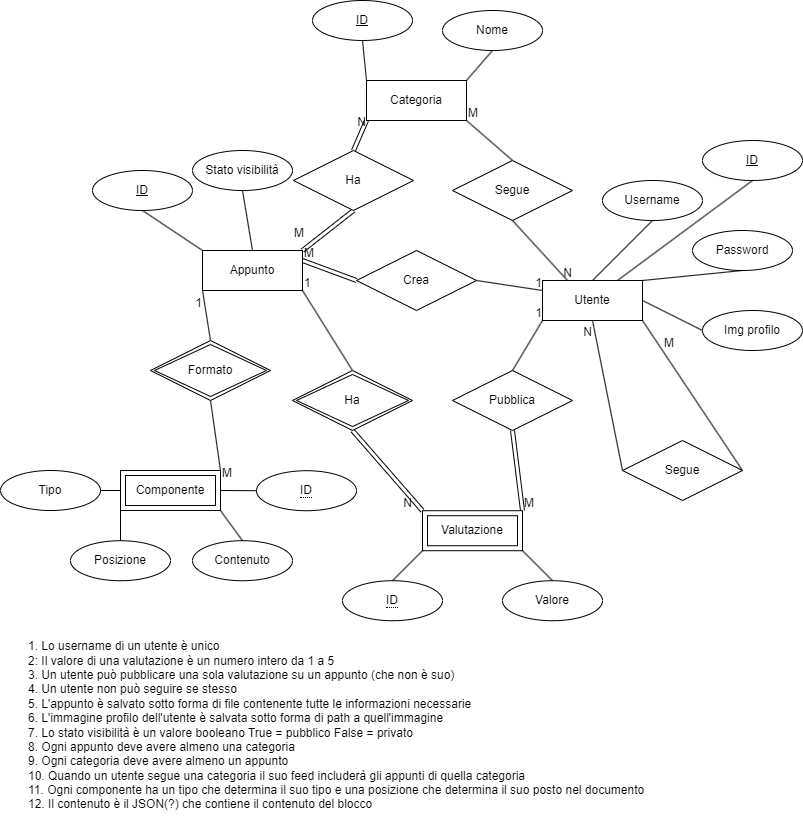
The draw.io diagram public/UML/ER.png in Codex22Paradox/YANSA-Project, before a commit. Source tidied: cells renumbered, new cells last; positions are measured from the earlier drawing's top-left corner, leaving out a move shared by most shapes. Its diagram source:
```xml
<mxGraphModel>
  <root>
    <mxCell id="0" />
    <mxCell id="1" parent="0" />
    <mxCell id="2" value="Appunto" style="whiteSpace=wrap;html=1;align=center;" parent="1" vertex="1">
      <mxGeometry x="202" y="250" width="100" height="40" as="geometry" />
    </mxCell>
    <mxCell id="3" value="ID" style="ellipse;whiteSpace=wrap;html=1;align=center;fontStyle=4;" parent="1" vertex="1">
      <mxGeometry x="92" y="170" width="100" height="40" as="geometry" />
    </mxCell>
    <mxCell id="4" style="endArrow=none;html=1;rounded=0;exitX=0.5;exitY=1;exitDx=0;exitDy=0;entryX=0;entryY=0;entryDx=0;entryDy=0;" parent="1" edge="1" source="3" target="2">
      <mxGeometry relative="1" as="geometry" />
    </mxCell>
    <mxCell id="5" value="Utente" style="whiteSpace=wrap;html=1;align=center;" parent="1" vertex="1">
      <mxGeometry x="542" y="280" width="100" height="40" as="geometry" />
    </mxCell>
    <mxCell id="6" value="ID" style="ellipse;whiteSpace=wrap;html=1;align=center;fontStyle=4;" parent="1" vertex="1">
      <mxGeometry x="702" y="140" width="100" height="40" as="geometry" />
    </mxCell>
    <mxCell id="7" style="endArrow=none;html=1;rounded=0;exitX=0.5;exitY=1;exitDx=0;exitDy=0;entryX=0.75;entryY=0;entryDx=0;entryDy=0;" parent="1" edge="1" source="6" target="5">
      <mxGeometry relative="1" as="geometry" />
    </mxCell>
    <mxCell id="8" value="Username" style="ellipse;whiteSpace=wrap;html=1;align=center;" parent="1" vertex="1">
      <mxGeometry x="602" y="180" width="100" height="40" as="geometry" />
    </mxCell>
    <mxCell id="9" style="endArrow=none;html=1;rounded=0;exitX=0.5;exitY=1;exitDx=0;exitDy=0;entryX=0.5;entryY=0;entryDx=0;entryDy=0;" parent="1" edge="1" source="8" target="5">
      <mxGeometry relative="1" as="geometry" />
    </mxCell>
    <mxCell id="10" value="Password" style="ellipse;whiteSpace=wrap;html=1;align=center;" parent="1" vertex="1">
      <mxGeometry x="692" y="230" width="100" height="40" as="geometry" />
    </mxCell>
    <mxCell id="11" style="endArrow=none;html=1;rounded=0;exitX=1;exitY=0;exitDx=0;exitDy=0;entryX=0.5;entryY=1;entryDx=0;entryDy=0;" parent="1" edge="1" source="5" target="10">
      <mxGeometry relative="1" as="geometry" />
    </mxCell>
    <mxCell id="12" style="endArrow=none;html=1;rounded=0;exitX=1;exitY=0.5;exitDx=0;exitDy=0;entryX=0;entryY=0.5;entryDx=0;entryDy=0;" parent="1" edge="1" source="5" target="13">
      <mxGeometry relative="1" as="geometry" />
    </mxCell>
    <mxCell id="13" value="Img profilo" style="ellipse;whiteSpace=wrap;html=1;align=center;" parent="1" vertex="1">
      <mxGeometry x="702" y="310" width="100" height="40" as="geometry" />
    </mxCell>
    <mxCell id="14" value="Valutazione" style="shape=ext;margin=3;double=1;whiteSpace=wrap;html=1;align=center;" parent="1" vertex="1">
      <mxGeometry x="422" y="510.2" width="100" height="40" as="geometry" />
    </mxCell>
    <mxCell id="15" value="&lt;span style=&quot;border-bottom: 1px dotted&quot;&gt;ID&lt;/span&gt;" style="ellipse;whiteSpace=wrap;html=1;align=center;" parent="1" vertex="1">
      <mxGeometry x="342" y="580.2" width="100" height="40" as="geometry" />
    </mxCell>
    <mxCell id="16" style="endArrow=none;html=1;rounded=0;exitX=0;exitY=1;exitDx=0;exitDy=0;entryX=0.5;entryY=0;entryDx=0;entryDy=0;" parent="1" edge="1" source="14" target="15">
      <mxGeometry relative="1" as="geometry" />
    </mxCell>
    <mxCell id="17" value="Valore" style="ellipse;whiteSpace=wrap;html=1;align=center;" parent="1" vertex="1">
      <mxGeometry x="502" y="580.2" width="100" height="40" as="geometry" />
    </mxCell>
    <mxCell id="18" style="endArrow=none;html=1;rounded=0;exitX=1;exitY=1;exitDx=0;exitDy=0;entryX=0.5;entryY=0;entryDx=0;entryDy=0;" parent="1" edge="1" source="14" target="17">
      <mxGeometry relative="1" as="geometry" />
    </mxCell>
    <mxCell id="19" style="endArrow=none;html=1;rounded=0;exitX=0.5;exitY=1;exitDx=0;exitDy=0;entryX=0;entryY=0;entryDx=0;entryDy=0;shape=link;" parent="1" edge="1" source="23" target="14">
      <mxGeometry relative="1" as="geometry" />
    </mxCell>
    <mxCell id="20" value="N" style="html=1;whiteSpace=wrap;align=right;verticalAlign=bottom;" parent="19" vertex="1">
      <mxGeometry x="1" relative="1" as="geometry">
        <mxPoint x="-10" as="offset" />
      </mxGeometry>
    </mxCell>
    <mxCell id="21" style="endArrow=none;html=1;rounded=0;exitX=1;exitY=1;exitDx=0;exitDy=0;entryX=0.5;entryY=0;entryDx=0;entryDy=0;" parent="1" edge="1" source="2" target="23">
      <mxGeometry relative="1" as="geometry" />
    </mxCell>
    <mxCell id="22" value="1" style="html=1;whiteSpace=wrap;align=left;verticalAlign=bottom;" parent="21" vertex="1">
      <mxGeometry x="-1" relative="1" as="geometry" />
    </mxCell>
    <mxCell id="23" value="Ha" style="shape=rhombus;double=1;perimeter=rhombusPerimeter;whiteSpace=wrap;html=1;align=center;" parent="1" vertex="1">
      <mxGeometry x="292" y="370" width="120" height="60" as="geometry" />
    </mxCell>
    <mxCell id="24" style="endArrow=none;html=1;rounded=0;exitX=1;exitY=0.5;exitDx=0;exitDy=0;entryX=0;entryY=0.25;entryDx=0;entryDy=0;" parent="1" edge="1" source="28" target="5">
      <mxGeometry relative="1" as="geometry" />
    </mxCell>
    <mxCell id="25" value="1" style="html=1;whiteSpace=wrap;align=right;verticalAlign=bottom;" parent="24" vertex="1">
      <mxGeometry x="1" relative="1" as="geometry" />
    </mxCell>
    <mxCell id="26" style="endArrow=none;html=1;rounded=0;exitX=1;exitY=0.25;exitDx=0;exitDy=0;entryX=0;entryY=0.5;entryDx=0;entryDy=0;shape=link;" parent="1" edge="1" source="2" target="28">
      <mxGeometry relative="1" as="geometry" />
    </mxCell>
    <mxCell id="27" value="M" style="html=1;whiteSpace=wrap;align=left;verticalAlign=bottom;" parent="26" vertex="1">
      <mxGeometry x="-1" relative="1" as="geometry" />
    </mxCell>
    <mxCell id="28" value="Crea" style="shape=rhombus;perimeter=rhombusPerimeter;whiteSpace=wrap;html=1;align=center;" parent="1" vertex="1">
      <mxGeometry x="356" y="250" width="120" height="60" as="geometry" />
    </mxCell>
    <mxCell id="29" style="endArrow=none;html=1;rounded=0;exitX=0.5;exitY=0;exitDx=0;exitDy=0;entryX=0;entryY=1;entryDx=0;entryDy=0;" parent="1" edge="1" source="33" target="5">
      <mxGeometry relative="1" as="geometry" />
    </mxCell>
    <mxCell id="30" value="1" style="html=1;whiteSpace=wrap;align=right;verticalAlign=bottom;" parent="29" vertex="1">
      <mxGeometry x="1" relative="1" as="geometry" />
    </mxCell>
    <mxCell id="31" style="endArrow=none;html=1;rounded=0;exitX=1;exitY=0;exitDx=0;exitDy=0;entryX=0.5;entryY=1;entryDx=0;entryDy=0;shape=link;" parent="1" edge="1" source="14" target="33">
      <mxGeometry relative="1" as="geometry" />
    </mxCell>
    <mxCell id="32" value="M" style="html=1;whiteSpace=wrap;align=left;verticalAlign=bottom;" parent="31" vertex="1">
      <mxGeometry x="-1" relative="1" as="geometry" />
    </mxCell>
    <mxCell id="33" value="Pubblica" style="shape=rhombus;perimeter=rhombusPerimeter;whiteSpace=wrap;html=1;align=center;" parent="1" vertex="1">
      <mxGeometry x="452" y="370" width="120" height="60" as="geometry" />
    </mxCell>
    <mxCell id="34" value="1. Lo username di un utente è unico&lt;div&gt;2: Il valore di una valutazione è un numero intero da 1 a 5&lt;/div&gt;&lt;div&gt;3. Un utente può pubblicare una sola valutazione su un appunto (che non è suo)&lt;/div&gt;&lt;div&gt;4. Un utente non può seguire se stesso&lt;/div&gt;&lt;div&gt;5. L'appunto è salvato sotto forma di file contenente tutte le informazioni necessarie&lt;/div&gt;&lt;div&gt;6. L'immagine profilo dell'utente è salvata sotto forma di path a quell'immagine&lt;/div&gt;&lt;div&gt;7. Lo stato visibilità è un valore booleano True = pubblico False = privato&lt;/div&gt;&lt;div&gt;8. Ogni appunto deve avere almeno una categoria&lt;/div&gt;&lt;div&gt;9. Ogni categoria deve avere almeno un appunto&lt;/div&gt;&lt;div&gt;10. Quando un utente segue una categoria il suo feed includerà gli appunti di quella categoria&lt;/div&gt;&lt;div&gt;11. Ogni componente ha un tipo che determina il suo tipo e una posizione che determina il suo posto nel documento&lt;/div&gt;&lt;div&gt;12. Il contenuto è il JSON(?) che contiene il contenuto del blocco&lt;/div&gt;" style="text;html=1;align=left;verticalAlign=middle;strokeColor=none;fillColor=none;" parent="1" vertex="1">
      <mxGeometry x="26" y="630" width="640" height="190" as="geometry" />
    </mxCell>
    <mxCell id="35" style="endArrow=none;html=1;rounded=0;exitX=0;exitY=0.5;exitDx=0;exitDy=0;entryX=0.5;entryY=1;entryDx=0;entryDy=0;" parent="1" edge="1" source="39" target="5">
      <mxGeometry relative="1" as="geometry" />
    </mxCell>
    <mxCell id="36" value="N" style="html=1;whiteSpace=wrap;align=right;verticalAlign=bottom;" parent="35" vertex="1">
      <mxGeometry x="1" relative="1" as="geometry">
        <mxPoint y="20" as="offset" />
      </mxGeometry>
    </mxCell>
    <mxCell id="37" style="endArrow=none;html=1;rounded=0;exitX=1;exitY=1;exitDx=0;exitDy=0;entryX=1;entryY=0.5;entryDx=0;entryDy=0;" parent="1" edge="1" source="5" target="39">
      <mxGeometry relative="1" as="geometry" />
    </mxCell>
    <mxCell id="38" value="M" style="html=1;whiteSpace=wrap;align=left;verticalAlign=bottom;" parent="37" vertex="1">
      <mxGeometry x="-1" relative="1" as="geometry">
        <mxPoint x="20" y="30" as="offset" />
      </mxGeometry>
    </mxCell>
    <mxCell id="39" value="Segue" style="shape=rhombus;perimeter=rhombusPerimeter;whiteSpace=wrap;html=1;align=center;" parent="1" vertex="1">
      <mxGeometry x="622" y="440" width="120" height="60" as="geometry" />
    </mxCell>
    <mxCell id="40" value="Stato visibilità" style="ellipse;whiteSpace=wrap;html=1;align=center;" parent="1" vertex="1">
      <mxGeometry x="192" y="150" width="100" height="40" as="geometry" />
    </mxCell>
    <mxCell id="41" style="endArrow=none;html=1;rounded=0;exitX=0.5;exitY=1;exitDx=0;exitDy=0;entryX=0.5;entryY=0;entryDx=0;entryDy=0;" parent="1" edge="1" source="40" target="2">
      <mxGeometry relative="1" as="geometry" />
    </mxCell>
    <mxCell id="42" value="Categoria" style="whiteSpace=wrap;html=1;align=center;" parent="1" vertex="1">
      <mxGeometry x="366" y="80" width="100" height="40" as="geometry" />
    </mxCell>
    <mxCell id="43" value="ID" style="ellipse;whiteSpace=wrap;html=1;align=center;fontStyle=4;" parent="1" vertex="1">
      <mxGeometry x="312" width="100" height="40" as="geometry" />
    </mxCell>
    <mxCell id="44" style="endArrow=none;html=1;rounded=0;exitX=0.5;exitY=1;exitDx=0;exitDy=0;entryX=0;entryY=0;entryDx=0;entryDy=0;" parent="1" edge="1" source="43" target="42">
      <mxGeometry relative="1" as="geometry" />
    </mxCell>
    <mxCell id="45" value="Nome" style="ellipse;whiteSpace=wrap;html=1;align=center;" parent="1" vertex="1">
      <mxGeometry x="442" y="10" width="100" height="40" as="geometry" />
    </mxCell>
    <mxCell id="46" style="endArrow=none;html=1;rounded=0;exitX=1;exitY=0;exitDx=0;exitDy=0;entryX=0.5;entryY=1;entryDx=0;entryDy=0;" parent="1" edge="1" source="42" target="45">
      <mxGeometry relative="1" as="geometry" />
    </mxCell>
    <mxCell id="47" style="endArrow=none;html=1;rounded=0;exitX=0.5;exitY=0;exitDx=0;exitDy=0;entryX=0;entryY=1;entryDx=0;entryDy=0;shape=link;" parent="1" edge="1" source="51" target="42">
      <mxGeometry relative="1" as="geometry" />
    </mxCell>
    <mxCell id="48" value="N" style="html=1;whiteSpace=wrap;align=right;verticalAlign=bottom;" parent="47" vertex="1">
      <mxGeometry x="1" relative="1" as="geometry">
        <mxPoint y="10" as="offset" />
      </mxGeometry>
    </mxCell>
    <mxCell id="49" style="endArrow=none;html=1;rounded=0;exitX=1;exitY=0;exitDx=0;exitDy=0;entryX=0.5;entryY=1;entryDx=0;entryDy=0;shape=link;" parent="1" edge="1" source="2" target="51">
      <mxGeometry relative="1" as="geometry" />
    </mxCell>
    <mxCell id="50" value="M" style="html=1;whiteSpace=wrap;align=left;verticalAlign=bottom;" parent="49" vertex="1">
      <mxGeometry x="-1" relative="1" as="geometry">
        <mxPoint x="-10" y="-10" as="offset" />
      </mxGeometry>
    </mxCell>
    <mxCell id="51" value="Ha" style="shape=rhombus;perimeter=rhombusPerimeter;whiteSpace=wrap;html=1;align=center;" parent="1" vertex="1">
      <mxGeometry x="293" y="150" width="120" height="60" as="geometry" />
    </mxCell>
    <mxCell id="52" style="endArrow=none;html=1;rounded=0;exitX=0.5;exitY=1;exitDx=0;exitDy=0;entryX=0.25;entryY=0;entryDx=0;entryDy=0;" parent="1" edge="1" source="56" target="5">
      <mxGeometry relative="1" as="geometry" />
    </mxCell>
    <mxCell id="53" value="N" style="html=1;whiteSpace=wrap;align=right;verticalAlign=bottom;" parent="52" vertex="1">
      <mxGeometry x="1" relative="1" as="geometry">
        <mxPoint x="5" as="offset" />
      </mxGeometry>
    </mxCell>
    <mxCell id="54" style="endArrow=none;html=1;rounded=0;exitX=1;exitY=1;exitDx=0;exitDy=0;entryX=0.5;entryY=0;entryDx=0;entryDy=0;" parent="1" edge="1" source="42" target="56">
      <mxGeometry relative="1" as="geometry" />
    </mxCell>
    <mxCell id="55" value="M" style="html=1;whiteSpace=wrap;align=left;verticalAlign=bottom;" parent="54" vertex="1">
      <mxGeometry x="-1" relative="1" as="geometry" />
    </mxCell>
    <mxCell id="56" value="Segue" style="shape=rhombus;perimeter=rhombusPerimeter;whiteSpace=wrap;html=1;align=center;" parent="1" vertex="1">
      <mxGeometry x="452" y="160" width="120" height="60" as="geometry" />
    </mxCell>
    <mxCell id="57" value="Componente" style="shape=ext;margin=3;double=1;whiteSpace=wrap;html=1;align=center;" parent="1" vertex="1">
      <mxGeometry x="120" y="470" width="100" height="40" as="geometry" />
    </mxCell>
    <mxCell id="58" value="&lt;span style=&quot;border-bottom: 1px dotted&quot;&gt;ID&lt;/span&gt;" style="ellipse;whiteSpace=wrap;html=1;align=center;" parent="1" vertex="1">
      <mxGeometry x="256" y="470.2" width="100" height="40" as="geometry" />
    </mxCell>
    <mxCell id="59" style="endArrow=none;html=1;rounded=0;exitX=0;exitY=0.5;exitDx=0;exitDy=0;entryX=1;entryY=0.5;entryDx=0;entryDy=0;" parent="1" edge="1" source="58" target="57">
      <mxGeometry relative="1" as="geometry" />
    </mxCell>
    <mxCell id="60" value="Tipo" style="ellipse;whiteSpace=wrap;html=1;align=center;" parent="1" vertex="1">
      <mxGeometry y="470" width="100" height="40" as="geometry" />
    </mxCell>
    <mxCell id="61" style="endArrow=none;html=1;rounded=0;exitX=1;exitY=0.5;exitDx=0;exitDy=0;entryX=0;entryY=0.5;entryDx=0;entryDy=0;" parent="1" edge="1" source="60" target="57">
      <mxGeometry relative="1" as="geometry" />
    </mxCell>
    <mxCell id="62" value="Posizione" style="ellipse;whiteSpace=wrap;html=1;align=center;" parent="1" vertex="1">
      <mxGeometry x="70" y="540.2" width="100" height="40" as="geometry" />
    </mxCell>
    <mxCell id="63" style="endArrow=none;html=1;rounded=0;exitX=0.5;exitY=0;exitDx=0;exitDy=0;entryX=0;entryY=1;entryDx=0;entryDy=0;" parent="1" edge="1" source="62" target="57">
      <mxGeometry relative="1" as="geometry" />
    </mxCell>
    <mxCell id="64" value="Contenuto" style="ellipse;whiteSpace=wrap;html=1;align=center;" parent="1" vertex="1">
      <mxGeometry x="192" y="540.2" width="100" height="40" as="geometry" />
    </mxCell>
    <mxCell id="65" style="endArrow=none;html=1;rounded=0;exitX=0.5;exitY=0;exitDx=0;exitDy=0;entryX=1;entryY=1;entryDx=0;entryDy=0;" parent="1" edge="1" source="64" target="57">
      <mxGeometry relative="1" as="geometry" />
    </mxCell>
    <mxCell id="66" style="endArrow=none;html=1;rounded=0;exitX=0.5;exitY=0;exitDx=0;exitDy=0;entryX=0;entryY=1;entryDx=0;entryDy=0;" parent="1" edge="1" source="70" target="2">
      <mxGeometry relative="1" as="geometry" />
    </mxCell>
    <mxCell id="67" value="1" style="html=1;whiteSpace=wrap;align=right;verticalAlign=bottom;" parent="66" vertex="1">
      <mxGeometry x="1" relative="1" as="geometry">
        <mxPoint y="20" as="offset" />
      </mxGeometry>
    </mxCell>
    <mxCell id="68" style="endArrow=none;html=1;rounded=0;exitX=1;exitY=0;exitDx=0;exitDy=0;entryX=0.5;entryY=1;entryDx=0;entryDy=0;" parent="1" edge="1" source="57" target="70">
      <mxGeometry relative="1" as="geometry" />
    </mxCell>
    <mxCell id="69" value="M" style="html=1;whiteSpace=wrap;align=left;verticalAlign=bottom;" parent="68" vertex="1">
      <mxGeometry x="-1" relative="1" as="geometry">
        <mxPoint y="10" as="offset" />
      </mxGeometry>
    </mxCell>
    <mxCell id="70" value="Formato" style="shape=rhombus;double=1;perimeter=rhombusPerimeter;whiteSpace=wrap;html=1;align=center;" parent="1" vertex="1">
      <mxGeometry x="150" y="340" width="120" height="60" as="geometry" />
    </mxCell>
  </root>
</mxGraphModel>
```
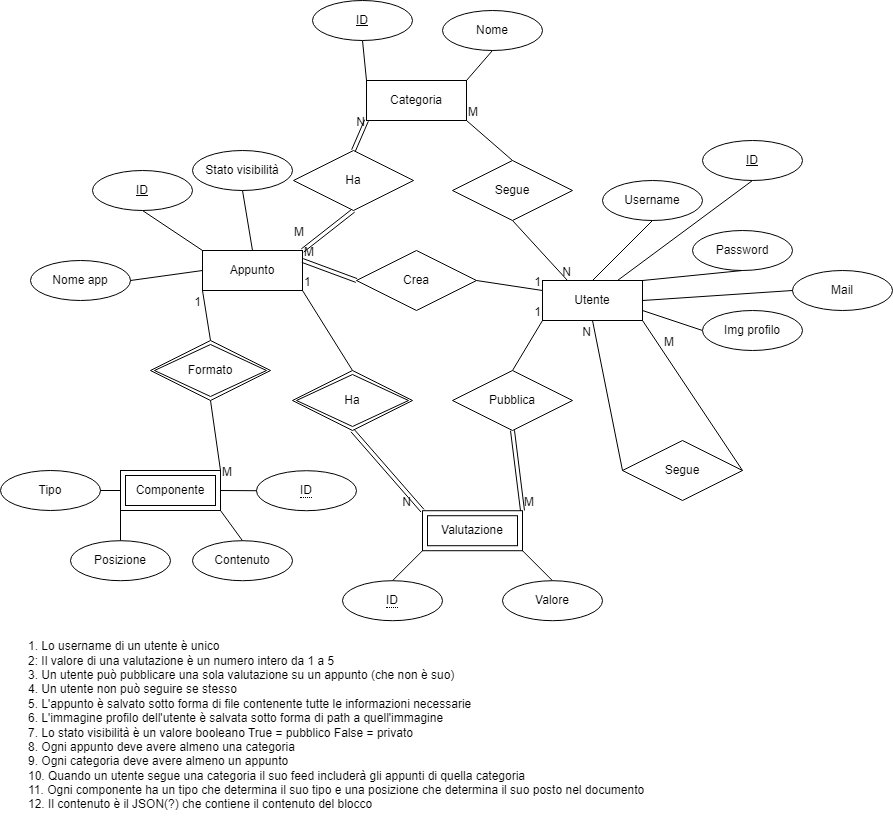
Later version of the same file.

Change to the diagram source:
```diff
@@ -32,7 +32,7 @@
     <mxCell id="11" style="endArrow=none;html=1;rounded=0;exitX=1;exitY=0;exitDx=0;exitDy=0;entryX=0.5;entryY=1;entryDx=0;entryDy=0;" parent="1" edge="1" source="5" target="10">
       <mxGeometry relative="1" as="geometry" />
     </mxCell>
-    <mxCell id="12" style="endArrow=none;html=1;rounded=0;exitX=1;exitY=0.5;exitDx=0;exitDy=0;entryX=0;entryY=0.5;entryDx=0;entryDy=0;" parent="1" edge="1" source="5" target="13">
+    <mxCell id="12" style="endArrow=none;html=1;rounded=0;exitX=1;exitY=0.75;exitDx=0;exitDy=0;entryX=0;entryY=0.5;entryDx=0;entryDy=0;" parent="1" edge="1" source="5" target="13">
       <mxGeometry relative="1" as="geometry" />
     </mxCell>
     <mxCell id="13" value="Img profilo" style="ellipse;whiteSpace=wrap;html=1;align=center;" parent="1" vertex="1">
@@ -225,5 +225,17 @@
     <mxCell id="70" value="Formato" style="shape=rhombus;double=1;perimeter=rhombusPerimeter;whiteSpace=wrap;html=1;align=center;" parent="1" vertex="1">
       <mxGeometry x="150" y="340" width="120" height="60" as="geometry" />
     </mxCell>
+    <mxCell id="71" value="Nome app" style="ellipse;whiteSpace=wrap;html=1;align=center;" parent="1" vertex="1">
+      <mxGeometry x="30" y="260" width="100" height="40" as="geometry" />
+    </mxCell>
+    <mxCell id="72" style="endArrow=none;html=1;rounded=0;exitX=1;exitY=0.5;exitDx=0;exitDy=0;entryX=0;entryY=0.5;entryDx=0;entryDy=0;" parent="1" edge="1" source="71" target="2">
+      <mxGeometry relative="1" as="geometry" />
+    </mxCell>
+    <mxCell id="73" value="Mail" style="ellipse;whiteSpace=wrap;html=1;align=center;" parent="1" vertex="1">
+      <mxGeometry x="792" y="270" width="100" height="40" as="geometry" />
+    </mxCell>
+    <mxCell id="74" style="endArrow=none;html=1;rounded=0;exitX=1;exitY=0.5;exitDx=0;exitDy=0;entryX=0;entryY=0.5;entryDx=0;entryDy=0;" parent="1" edge="1" source="5" target="73">
+      <mxGeometry relative="1" as="geometry" />
+    </mxCell>
   </root>
 </mxGraphModel>
```
